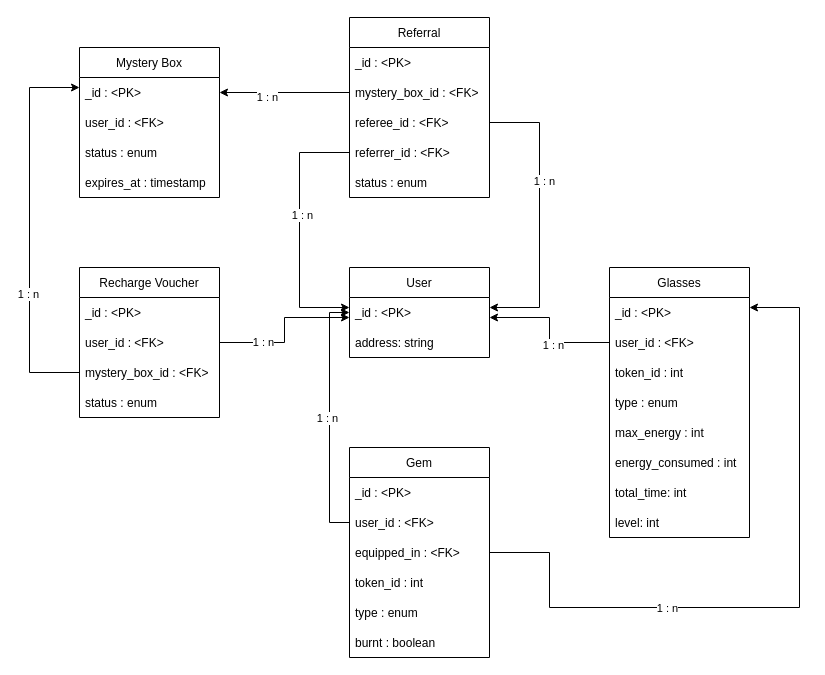
The draw.io diagram draw.io/script-tv.drawio in n4beel/diagrams, before the edit. Source tidied: cells renumbered, new cells numbered last; positions are measured from the earlier drawing's top-left corner, leaving out a move shared by most shapes. Both pictures are drawn from the tidied source at 100%, with x=0, y=0 at pixel (29, 17).
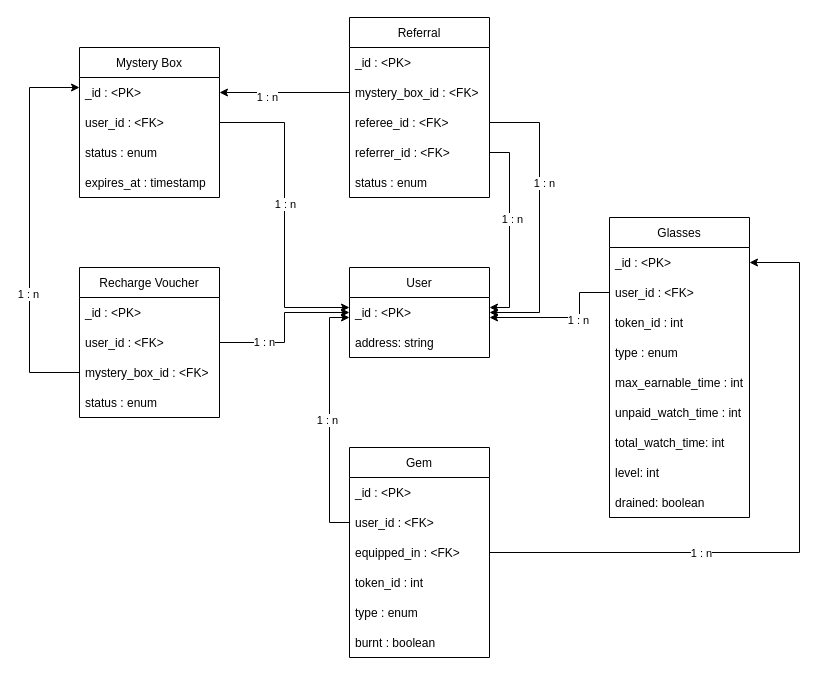
After the change.

The change refers to these unchanged cells:
```xml
<mxCell id="4" value="user_id : &lt;FK&gt;" style="text;align=left;verticalAlign=middle;spacingLeft=4;spacingRight=4;overflow=hidden;points=[[0,0.5],[1,0.5]];portConstraint=eastwest;" parent="2" vertex="1">
  <mxGeometry y="60" width="140" height="30" as="geometry" />
</mxCell>
<mxCell id="9" value="user_id : &lt;FK&gt;" style="text;align=left;verticalAlign=middle;spacingLeft=4;spacingRight=4;overflow=hidden;points=[[0,0.5],[1,0.5]];portConstraint=eastwest;" parent="7" vertex="1">
  <mxGeometry y="60" width="140" height="30" as="geometry" />
</mxCell>
<mxCell id="14" value="user_id : &lt;FK&gt;" style="text;align=left;verticalAlign=middle;spacingLeft=4;spacingRight=4;overflow=hidden;points=[[0,0.5],[1,0.5]];portConstraint=eastwest;" parent="12" vertex="1">
  <mxGeometry y="60" width="140" height="30" as="geometry" />
</mxCell>
<mxCell id="15" value="equipped_in : &lt;FK&gt;" style="text;align=left;verticalAlign=middle;spacingLeft=4;spacingRight=4;overflow=hidden;points=[[0,0.5],[1,0.5]];portConstraint=eastwest;" parent="12" vertex="1">
  <mxGeometry y="90" width="140" height="30" as="geometry" />
</mxCell>
<mxCell id="20" value="_id : &lt;PK&gt;" style="text;align=left;verticalAlign=middle;spacingLeft=4;spacingRight=4;overflow=hidden;points=[[0,0.5],[1,0.5]];portConstraint=eastwest;" parent="19" vertex="1">
  <mxGeometry y="30" width="140" height="30" as="geometry" />
</mxCell>
<mxCell id="21" value="user_id : &lt;FK&gt;" style="text;align=left;verticalAlign=middle;spacingLeft=4;spacingRight=4;overflow=hidden;points=[[0,0.5],[1,0.5]];portConstraint=eastwest;" parent="19" vertex="1">
  <mxGeometry y="60" width="140" height="30" as="geometry" />
</mxCell>
<mxCell id="29" value="_id : &lt;PK&gt;" style="text;align=left;verticalAlign=middle;spacingLeft=4;spacingRight=4;overflow=hidden;points=[[0,0.5],[1,0.5]];portConstraint=eastwest;" parent="28" vertex="1">
  <mxGeometry y="30" width="140" height="30" as="geometry" />
</mxCell>
<mxCell id="34" value="referee_id : &lt;FK&gt;" style="text;align=left;verticalAlign=middle;spacingLeft=4;spacingRight=4;overflow=hidden;points=[[0,0.5],[1,0.5]];portConstraint=eastwest;" parent="31" vertex="1">
  <mxGeometry y="90" width="140" height="30" as="geometry" />
</mxCell>
<mxCell id="35" value="referrer_id : &lt;FK&gt;" style="text;align=left;verticalAlign=middle;spacingLeft=4;spacingRight=4;overflow=hidden;points=[[0,0.5],[1,0.5]];portConstraint=eastwest;" parent="31" vertex="1">
  <mxGeometry y="120" width="140" height="30" as="geometry" />
</mxCell>
```

Diff of the diagram source:
```diff
@@
     <mxCell id="19" value="Glasses" style="swimlane;fontStyle=0;horizontal=1;startSize=30;" parent="1" vertex="1">
-      <mxGeometry x="580" y="250" width="140" height="270" as="geometry" />
+      <mxGeometry x="580" y="200" width="140" height="300" as="geometry" />
     </mxCell>
@@
-    <mxCell id="24" value="max_energy : int" style="text;strokeColor=none;fillColor=none;align=left;verticalAlign=middle;spacingLeft=4;spacingRight=4;overflow=hidden;" parent="19" vertex="1">
+    <mxCell id="24" value="max_earnable_time : int" style="text;strokeColor=none;fillColor=none;align=left;verticalAlign=middle;spacingLeft=4;spacingRight=4;overflow=hidden;" parent="19" vertex="1">
       <mxGeometry y="150" width="140" height="30" as="geometry" />
     </mxCell>
-    <mxCell id="25" value="energy_consumed : int" style="text;strokeColor=none;fillColor=none;align=left;verticalAlign=middle;spacingLeft=4;spacingRight=4;overflow=hidden;" parent="19" vertex="1">
+    <mxCell id="25" value="unpaid_watch_time : int" style="text;strokeColor=none;fillColor=none;align=left;verticalAlign=middle;spacingLeft=4;spacingRight=4;overflow=hidden;" parent="19" vertex="1">
       <mxGeometry y="180" width="140" height="30" as="geometry" />
     </mxCell>
-    <mxCell id="26" value="total_time: int" style="text;strokeColor=none;fillColor=none;align=left;verticalAlign=middle;spacingLeft=4;spacingRight=4;overflow=hidden;" parent="19" vertex="1">
+    <mxCell id="26" value="total_watch_time: int" style="text;strokeColor=none;fillColor=none;align=left;verticalAlign=middle;spacingLeft=4;spacingRight=4;overflow=hidden;" parent="19" vertex="1">
       <mxGeometry y="210" width="140" height="30" as="geometry" />
     </mxCell>
@@
+    <mxCell id="53" value="drained: boolean" style="text;strokeColor=none;fillColor=none;align=left;verticalAlign=middle;spacingLeft=4;spacingRight=4;overflow=hidden;" parent="19" vertex="1">
+      <mxGeometry y="270" width="140" height="30" as="geometry" />
+    </mxCell>
@@
     <mxCell id="37" style="edgeStyle=orthogonalEdgeStyle;rounded=0;jettySize=auto;html=1;" parent="1" edge="1" source="35" target="29">
       <mxGeometry relative="1" as="geometry">
         <Array as="points">
-          <mxPoint x="270" y="135" />
-          <mxPoint x="270" y="290" />
+          <mxPoint x="480" y="135" />
+          <mxPoint x="480" y="290" />
         </Array>
       </mxGeometry>
     </mxCell>
@@
     <mxCell id="39" style="edgeStyle=orthogonalEdgeStyle;rounded=0;jettySize=auto;html=1;" parent="1" edge="1" source="34" target="29">
       <mxGeometry relative="1" as="geometry">
         <Array as="points">
           <mxPoint x="510" y="105" />
-          <mxPoint x="510" y="290" />
+          <mxPoint x="510" y="295" />
         </Array>
       </mxGeometry>
     </mxCell>
@@
     <mxCell id="43" style="edgeStyle=orthogonalEdgeStyle;rounded=0;jettySize=auto;html=1;" parent="1" edge="1" source="21" target="29">
       <mxGeometry relative="1" as="geometry">
         <Array as="points">
-          <mxPoint x="520" y="325" />
-          <mxPoint x="520" y="300" />
+          <mxPoint x="550" y="275" />
+          <mxPoint x="550" y="300" />
         </Array>
       </mxGeometry>
     </mxCell>
@@
     <mxCell id="45" style="edgeStyle=orthogonalEdgeStyle;rounded=0;jettySize=auto;html=1;" parent="1" edge="1" source="9" target="29">
       <mxGeometry relative="1" as="geometry">
         <Array as="points">
           <mxPoint x="255" y="325" />
-          <mxPoint x="255" y="300" />
+          <mxPoint x="255" y="295" />
         </Array>
       </mxGeometry>
     </mxCell>
@@
     <mxCell id="47" style="edgeStyle=orthogonalEdgeStyle;rounded=0;jettySize=auto;html=1;" parent="1" edge="1" source="14" target="29">
       <mxGeometry relative="1" as="geometry">
         <Array as="points">
           <mxPoint x="300" y="505" />
-          <mxPoint x="300" y="295" />
+          <mxPoint x="300" y="300" />
         </Array>
       </mxGeometry>
     </mxCell>
@@
     <mxCell id="49" style="edgeStyle=orthogonalEdgeStyle;rounded=0;jettySize=auto;html=1;" parent="1" edge="1" source="15" target="20">
       <mxGeometry relative="1" as="geometry">
         <Array as="points">
-          <mxPoint x="520" y="535" />
-          <mxPoint x="520" y="590" />
-          <mxPoint x="770" y="590" />
-          <mxPoint x="770" y="290" />
+          <mxPoint x="770" y="535" />
+          <mxPoint x="770" y="245" />
         </Array>
       </mxGeometry>
     </mxCell>
@@
+    <mxCell id="54" style="edgeStyle=orthogonalEdgeStyle;rounded=0;jettySize=auto;html=1;" parent="1" edge="1" source="4" target="29">
+      <mxGeometry relative="1" as="geometry">
+        <Array as="points">
+          <mxPoint x="255" y="105" />
+          <mxPoint x="255" y="290" />
+        </Array>
+      </mxGeometry>
+    </mxCell>
+    <mxCell id="55" value="1 : n" style="edgeLabel;html=1;align=center;verticalAlign=middle;" parent="54" vertex="1">
+      <mxGeometry x="-0.07" relative="1" as="geometry" />
+    </mxCell>
```
